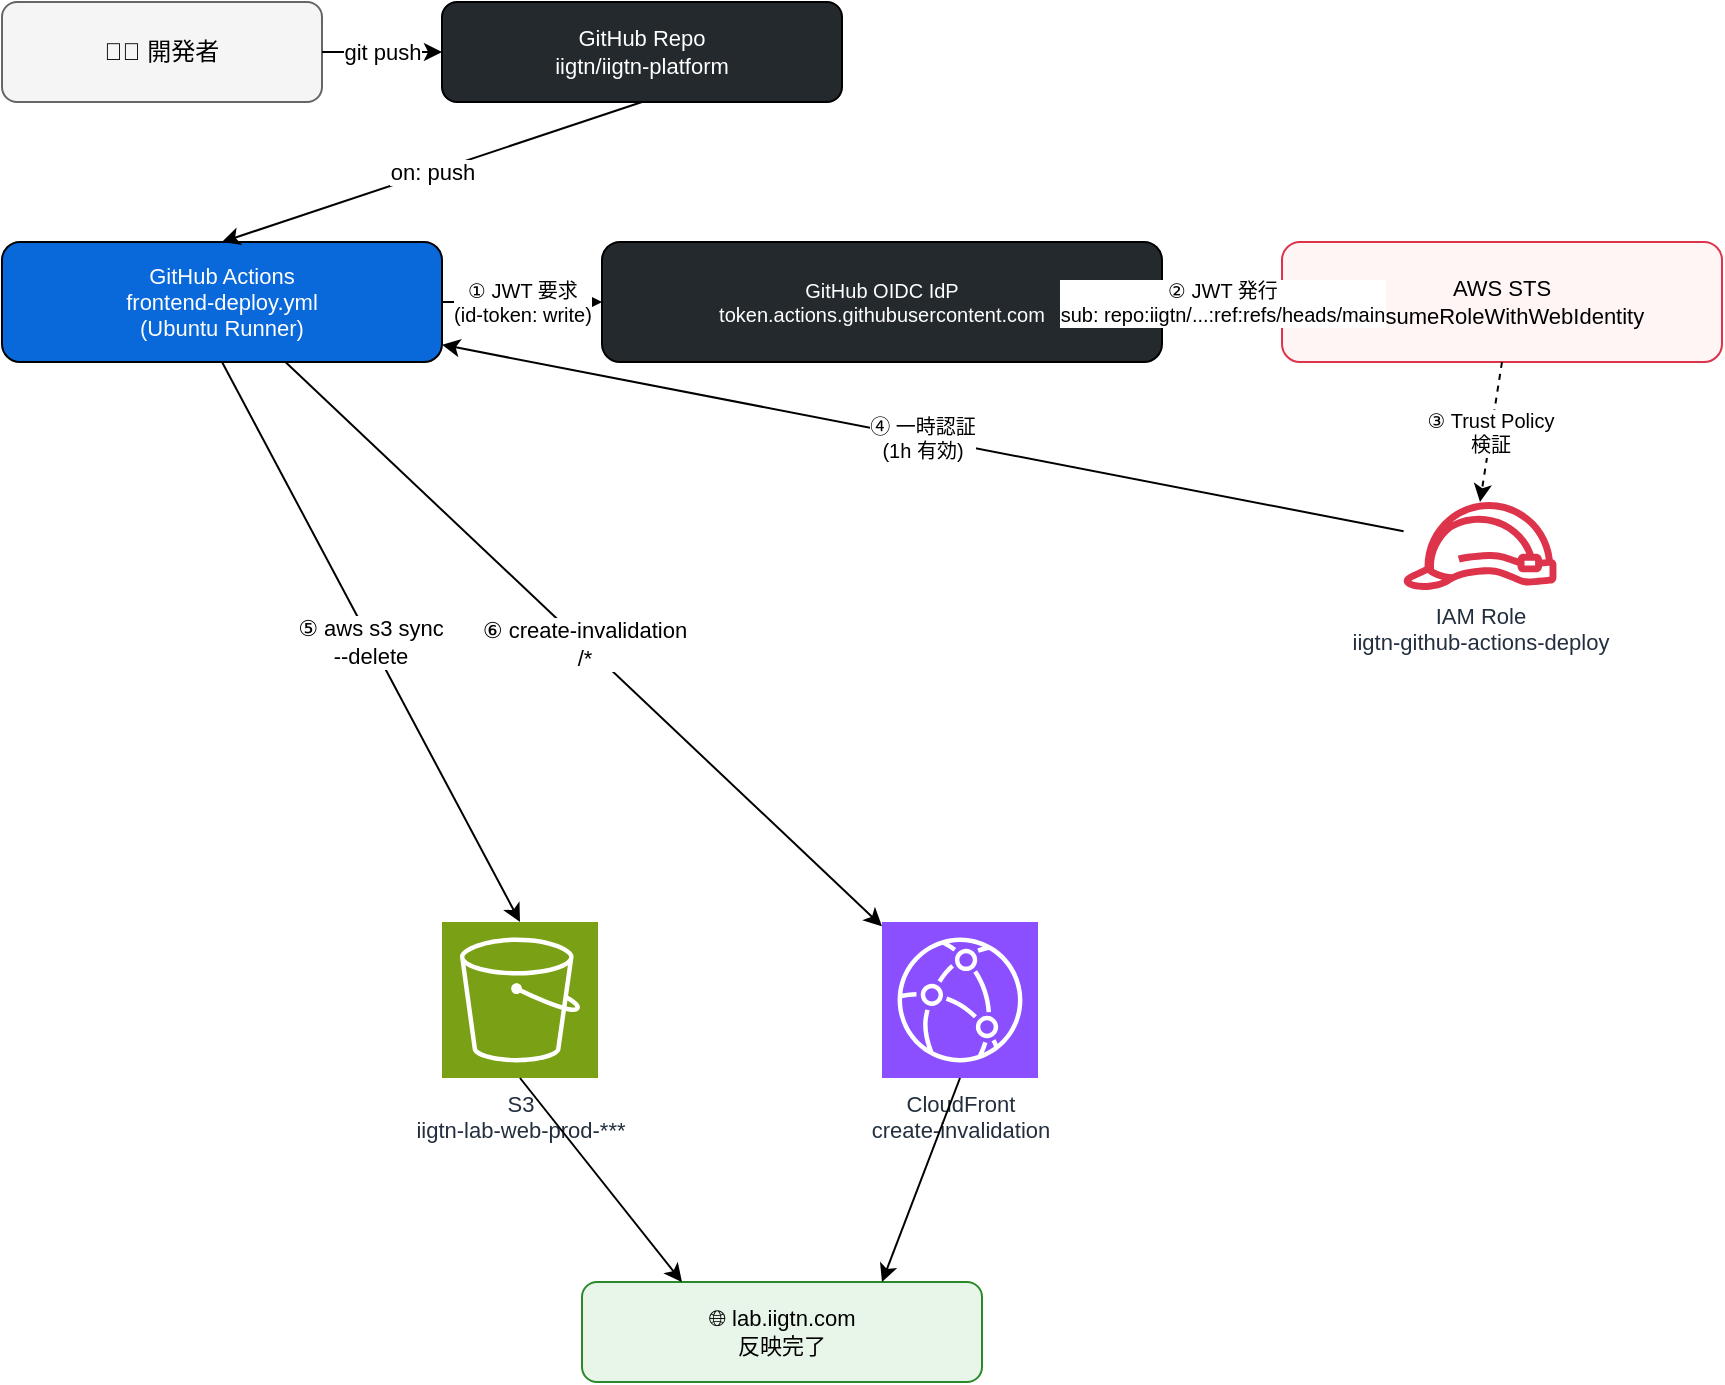
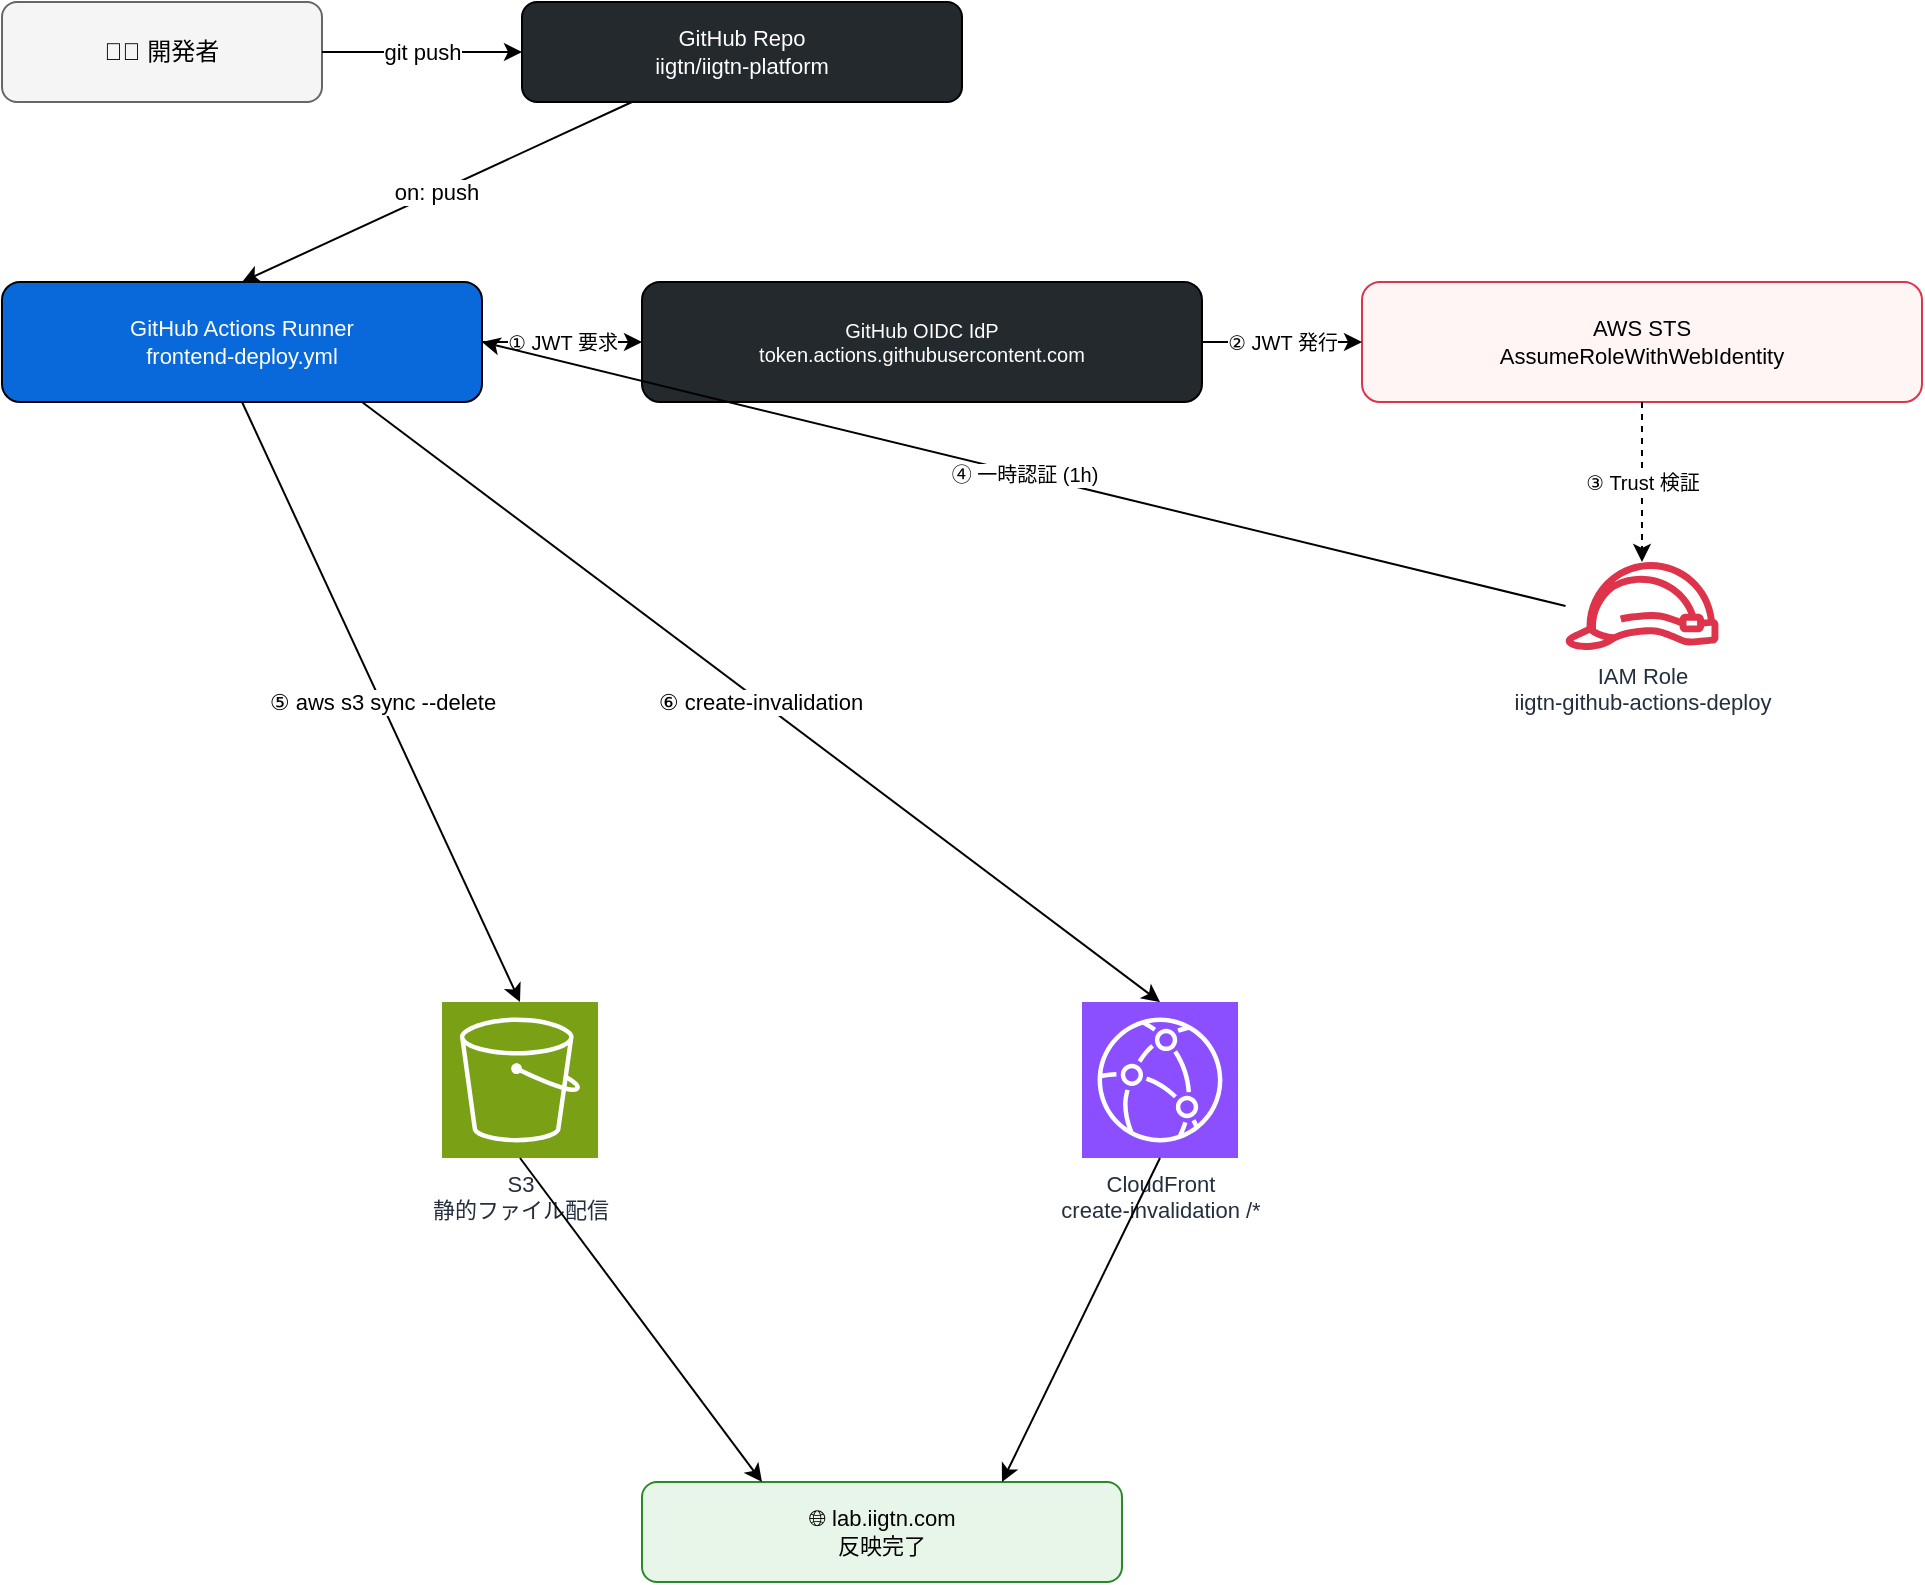
- <mxfile host="lab.iigtn.com" modified="2026-04-25T13:00:00.000Z" agent="iigtn-platform" version="24.0.0">
+ <mxfile host="lab.iigtn.com" modified="2026-04-26T13:00:00.000Z" agent="iigtn-platform" version="24.0.0">
  <diagram name="Deploy Flow" id="deploy-flow">
-     <mxGraphModel dx="1400" dy="900" grid="1" gridSize="10" guides="1" tooltips="1" connect="1" arrows="1" fold="1" page="1" pageScale="1" pageWidth="950" pageHeight="800" math="0" shadow="0">
+     <mxGraphModel dx="1400" dy="900" grid="1" gridSize="10" guides="1" tooltips="1" connect="1" arrows="1" fold="1" page="1" pageScale="1" pageWidth="1100" pageHeight="900" math="0" shadow="0">
      <root>
        <mxCell id="0" />
        <mxCell id="1" parent="0" />
+ 
        <mxCell id="dev" value="👨‍💻 開発者" style="rounded=1;whiteSpace=wrap;html=1;fillColor=#f5f5f5;strokeColor=#666;fontSize=12;" vertex="1" parent="1">
          <mxGeometry x="60" y="40" width="160" height="50" as="geometry" />
        </mxCell>
+ 
        <mxCell id="gh" value="GitHub Repo&#xa;iigtn/iigtn-platform" style="rounded=1;whiteSpace=wrap;html=1;fillColor=#24292e;strokeColor=#000;fontColor=#fff;fontSize=11;" vertex="1" parent="1">
-           <mxGeometry x="280" y="40" width="200" height="50" as="geometry" />
+           <mxGeometry x="320" y="40" width="220" height="50" as="geometry" />
        </mxCell>
-         <mxCell id="gha" value="GitHub Actions&#xa;frontend-deploy.yml&#xa;(Ubuntu Runner)" style="rounded=1;whiteSpace=wrap;html=1;fillColor=#0969da;strokeColor=#000;fontColor=#fff;fontSize=11;" vertex="1" parent="1">
-           <mxGeometry x="60" y="160" width="220" height="60" as="geometry" />
+ 
+         <mxCell id="gha" value="GitHub Actions Runner&#xa;frontend-deploy.yml" style="rounded=1;whiteSpace=wrap;html=1;fillColor=#0969da;strokeColor=#000;fontColor=#fff;fontSize=11;" vertex="1" parent="1">
+           <mxGeometry x="60" y="180" width="240" height="60" as="geometry" />
        </mxCell>
+ 
        <mxCell id="oidc" value="GitHub OIDC IdP&#xa;token.actions.githubusercontent.com" style="rounded=1;whiteSpace=wrap;html=1;fillColor=#24292e;strokeColor=#000;fontColor=#fff;fontSize=10;" vertex="1" parent="1">
-           <mxGeometry x="360" y="160" width="280" height="60" as="geometry" />
+           <mxGeometry x="380" y="180" width="280" height="60" as="geometry" />
        </mxCell>
+ 
        <mxCell id="sts" value="AWS STS&#xa;AssumeRoleWithWebIdentity" style="rounded=1;whiteSpace=wrap;html=1;fillColor=#fff5f5;strokeColor=#DD344C;fontSize=11;" vertex="1" parent="1">
-           <mxGeometry x="700" y="160" width="220" height="60" as="geometry" />
+           <mxGeometry x="740" y="180" width="280" height="60" as="geometry" />
        </mxCell>
+ 
        <mxCell id="role" value="IAM Role&#xa;iigtn-github-actions-deploy" style="sketch=0;outlineConnect=0;fontColor=#232F3E;gradientColor=none;fillColor=#DD344C;strokeColor=none;dashed=0;verticalLabelPosition=bottom;verticalAlign=top;align=center;html=1;fontSize=11;fontStyle=0;aspect=fixed;pointerEvents=1;shape=mxgraph.aws4.role;" vertex="1" parent="1">
-           <mxGeometry x="760" y="290" width="78" height="44" as="geometry" />
+           <mxGeometry x="841" y="320" width="78" height="44" as="geometry" />
        </mxCell>
-         <mxCell id="s3" value="S3&#xa;iigtn-lab-web-prod-***" style="sketch=0;points=[[0,0,0],[0.25,0,0],[0.5,0,0],[0.75,0,0],[1,0,0],[0,1,0],[0.25,1,0],[0.5,1,0],[0.75,1,0],[1,1,0],[0,0.25,0],[0,0.5,0],[0,0.75,0],[1,0.25,0],[1,0.5,0],[1,0.75,0]];outlineConnect=0;fontColor=#232F3E;fillColor=#7AA116;strokeColor=#ffffff;dashed=0;verticalLabelPosition=bottom;verticalAlign=top;align=center;html=1;fontSize=11;fontStyle=0;aspect=fixed;shape=mxgraph.aws4.resourceIcon;resIcon=mxgraph.aws4.s3;" vertex="1" parent="1">
-           <mxGeometry x="280" y="500" width="78" height="78" as="geometry" />
+ 
+         <mxCell id="s3" value="S3&#xa;静的ファイル配信" style="sketch=0;points=[[0,0,0],[0.25,0,0],[0.5,0,0],[0.75,0,0],[1,0,0],[0,1,0],[0.25,1,0],[0.5,1,0],[0.75,1,0],[1,1,0],[0,0.25,0],[0,0.5,0],[0,0.75,0],[1,0.25,0],[1,0.5,0],[1,0.75,0]];outlineConnect=0;fontColor=#232F3E;fillColor=#7AA116;strokeColor=#ffffff;dashed=0;verticalLabelPosition=bottom;verticalAlign=top;align=center;html=1;fontSize=11;fontStyle=0;aspect=fixed;shape=mxgraph.aws4.resourceIcon;resIcon=mxgraph.aws4.s3;" vertex="1" parent="1">
+           <mxGeometry x="280" y="540" width="78" height="78" as="geometry" />
        </mxCell>
-         <mxCell id="cf" value="CloudFront&#xa;create-invalidation" style="sketch=0;points=[[0,0,0],[0.25,0,0],[0.5,0,0],[0.75,0,0],[1,0,0],[0,1,0],[0.25,1,0],[0.5,1,0],[0.75,1,0],[1,1,0],[0,0.25,0],[0,0.5,0],[0,0.75,0],[1,0.25,0],[1,0.5,0],[1,0.75,0]];outlineConnect=0;fontColor=#232F3E;fillColor=#8C4FFF;strokeColor=#ffffff;dashed=0;verticalLabelPosition=bottom;verticalAlign=top;align=center;html=1;fontSize=11;fontStyle=0;aspect=fixed;shape=mxgraph.aws4.resourceIcon;resIcon=mxgraph.aws4.cloudfront;" vertex="1" parent="1">
-           <mxGeometry x="500" y="500" width="78" height="78" as="geometry" />
+ 
+         <mxCell id="cf" value="CloudFront&#xa;create-invalidation /*" style="sketch=0;points=[[0,0,0],[0.25,0,0],[0.5,0,0],[0.75,0,0],[1,0,0],[0,1,0],[0.25,1,0],[0.5,1,0],[0.75,1,0],[1,1,0],[0,0.25,0],[0,0.5,0],[0,0.75,0],[1,0.25,0],[1,0.5,0],[1,0.75,0]];outlineConnect=0;fontColor=#232F3E;fillColor=#8C4FFF;strokeColor=#ffffff;dashed=0;verticalLabelPosition=bottom;verticalAlign=top;align=center;html=1;fontSize=11;fontStyle=0;aspect=fixed;shape=mxgraph.aws4.resourceIcon;resIcon=mxgraph.aws4.cloudfront;" vertex="1" parent="1">
+           <mxGeometry x="600" y="540" width="78" height="78" as="geometry" />
        </mxCell>
+ 
        <mxCell id="site" value="🌐 lab.iigtn.com&#xa;反映完了" style="rounded=1;whiteSpace=wrap;html=1;fillColor=#e8f5e9;strokeColor=#2a8a2a;fontSize=11;" vertex="1" parent="1">
-           <mxGeometry x="350" y="680" width="200" height="50" as="geometry" />
+           <mxGeometry x="380" y="780" width="240" height="50" as="geometry" />
        </mxCell>
+ 
        <mxCell id="e1" value="git push" style="endArrow=classic;html=1;fontSize=11;exitX=1;exitY=0.5;exitDx=0;exitDy=0;entryX=0;entryY=0.5;entryDx=0;entryDy=0;" edge="1" parent="1" source="dev" target="gh">
          <mxGeometry relative="1" as="geometry" />
        </mxCell>
-         <mxCell id="e2" value="on: push" style="endArrow=classic;html=1;fontSize=11;exitX=0.5;exitY=1;exitDx=0;exitDy=0;entryX=0.5;entryY=0;entryDx=0;entryDy=0;" edge="1" parent="1" source="gh" target="gha">
+         <mxCell id="e2" value="on: push" style="endArrow=classic;html=1;fontSize=11;exitX=0.25;exitY=1;exitDx=0;exitDy=0;entryX=0.5;entryY=0;entryDx=0;entryDy=0;" edge="1" parent="1" source="gh" target="gha">
          <mxGeometry relative="1" as="geometry" />
        </mxCell>
-         <mxCell id="e3" value="① JWT 要求&#xa;(id-token: write)" style="endArrow=classic;html=1;fontSize=10;" edge="1" parent="1" source="gha" target="oidc">
+         <mxCell id="e3" value="① JWT 要求" style="endArrow=classic;html=1;fontSize=10;exitX=1;exitY=0.5;exitDx=0;exitDy=0;entryX=0;entryY=0.5;entryDx=0;entryDy=0;" edge="1" parent="1" source="gha" target="oidc">
          <mxGeometry relative="1" as="geometry" />
        </mxCell>
-         <mxCell id="e4" value="② JWT 発行&#xa;sub: repo:iigtn/...:ref:refs/heads/main" style="endArrow=classic;html=1;fontSize=10;" edge="1" parent="1" source="oidc" target="sts">
+         <mxCell id="e4" value="② JWT 発行" style="endArrow=classic;html=1;fontSize=10;exitX=1;exitY=0.5;exitDx=0;exitDy=0;entryX=0;entryY=0.5;entryDx=0;entryDy=0;" edge="1" parent="1" source="oidc" target="sts">
          <mxGeometry relative="1" as="geometry" />
        </mxCell>
-         <mxCell id="e5" value="③ Trust Policy&#xa;検証" style="endArrow=classic;dashed=1;html=1;fontSize=10;exitX=0.5;exitY=1;exitDx=0;exitDy=0;entryX=0.5;entryY=0;entryDx=0;entryDy=0;" edge="1" parent="1" source="sts" target="role">
+         <mxCell id="e5" value="③ Trust 検証" style="endArrow=classic;dashed=1;html=1;fontSize=10;exitX=0.5;exitY=1;exitDx=0;exitDy=0;entryX=0.5;entryY=0;entryDx=0;entryDy=0;" edge="1" parent="1" source="sts" target="role">
          <mxGeometry relative="1" as="geometry" />
        </mxCell>
-         <mxCell id="e6" value="④ 一時認証&#xa;(1h 有効)" style="endArrow=classic;html=1;fontSize=10;" edge="1" parent="1" source="role" target="gha">
+         <mxCell id="e6" value="④ 一時認証 (1h)" style="endArrow=classic;html=1;fontSize=10;exitX=0;exitY=0.5;exitDx=0;exitDy=0;entryX=1;entryY=0.5;entryDx=0;entryDy=0;" edge="1" parent="1" source="role" target="gha">
          <mxGeometry relative="1" as="geometry" />
        </mxCell>
-         <mxCell id="e7" value="⑤ aws s3 sync&#xa;--delete" style="endArrow=classic;html=1;fontSize=11;exitX=0.5;exitY=1;exitDx=0;exitDy=0;entryX=0.5;entryY=0;entryDx=0;entryDy=0;" edge="1" parent="1" source="gha" target="s3">
+         <mxCell id="e7" value="⑤ aws s3 sync --delete" style="endArrow=classic;html=1;fontSize=11;exitX=0.5;exitY=1;exitDx=0;exitDy=0;entryX=0.5;entryY=0;entryDx=0;entryDy=0;" edge="1" parent="1" source="gha" target="s3">
          <mxGeometry relative="1" as="geometry" />
        </mxCell>
-         <mxCell id="e8" value="⑥ create-invalidation&#xa;/*" style="endArrow=classic;html=1;fontSize=11;" edge="1" parent="1" source="gha" target="cf">
+         <mxCell id="e8" value="⑥ create-invalidation" style="endArrow=classic;html=1;fontSize=11;exitX=0.75;exitY=1;exitDx=0;exitDy=0;entryX=0.5;entryY=0;entryDx=0;entryDy=0;" edge="1" parent="1" source="gha" target="cf">
          <mxGeometry relative="1" as="geometry" />
        </mxCell>
        <mxCell id="e9" style="endArrow=classic;html=1;fontSize=11;exitX=0.5;exitY=1;exitDx=0;exitDy=0;entryX=0.25;entryY=0;entryDx=0;entryDy=0;" edge="1" parent="1" source="s3" target="site">
          <mxGeometry relative="1" as="geometry" />
        </mxCell>
        <mxCell id="e10" style="endArrow=classic;html=1;fontSize=11;exitX=0.5;exitY=1;exitDx=0;exitDy=0;entryX=0.75;entryY=0;entryDx=0;entryDy=0;" edge="1" parent="1" source="cf" target="site">
          <mxGeometry relative="1" as="geometry" />
        </mxCell>
+ 
      </root>
    </mxGraphModel>
  </diagram>
</mxfile>
